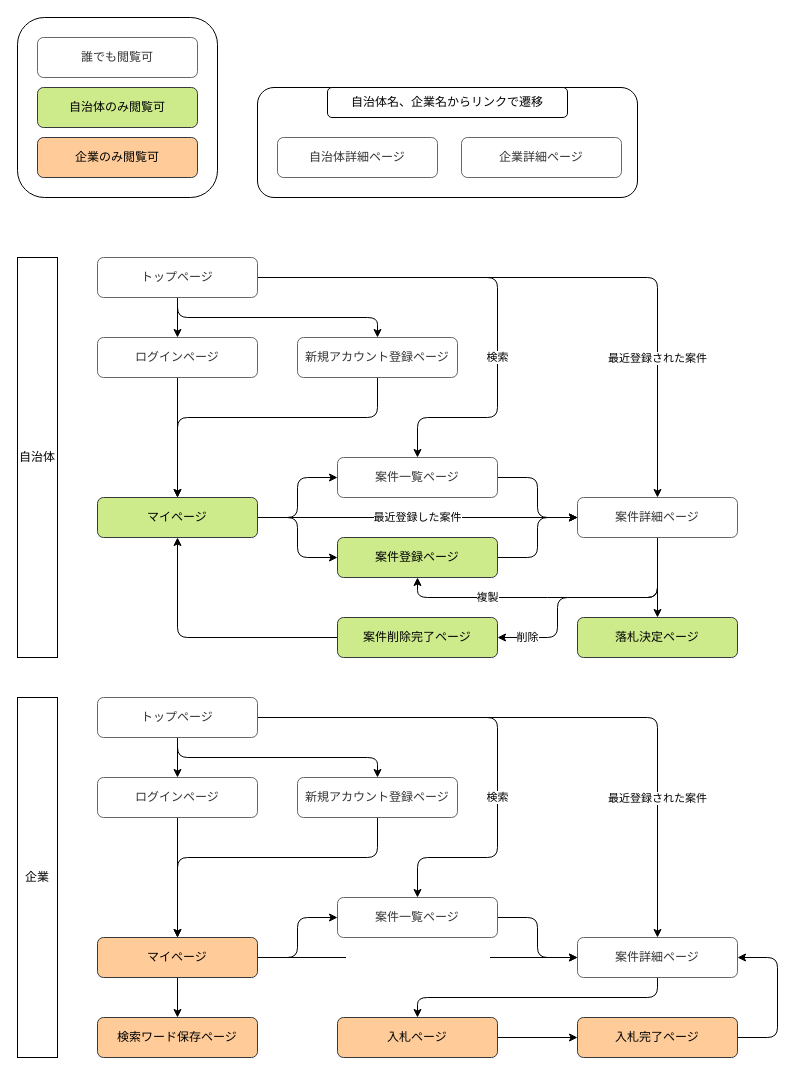
Earlier version of the draw.io diagram screen_transition.dio (masaki-engineer/nyusatsu-online). Source tidied: cells renumbered, new cells numbered last; positions are measured from the earlier drawing's top-left corner, leaving out a move shared by most shapes. Both pictures are drawn from the tidied source at 100%, with x=0, y=0 at pixel (17, 17).
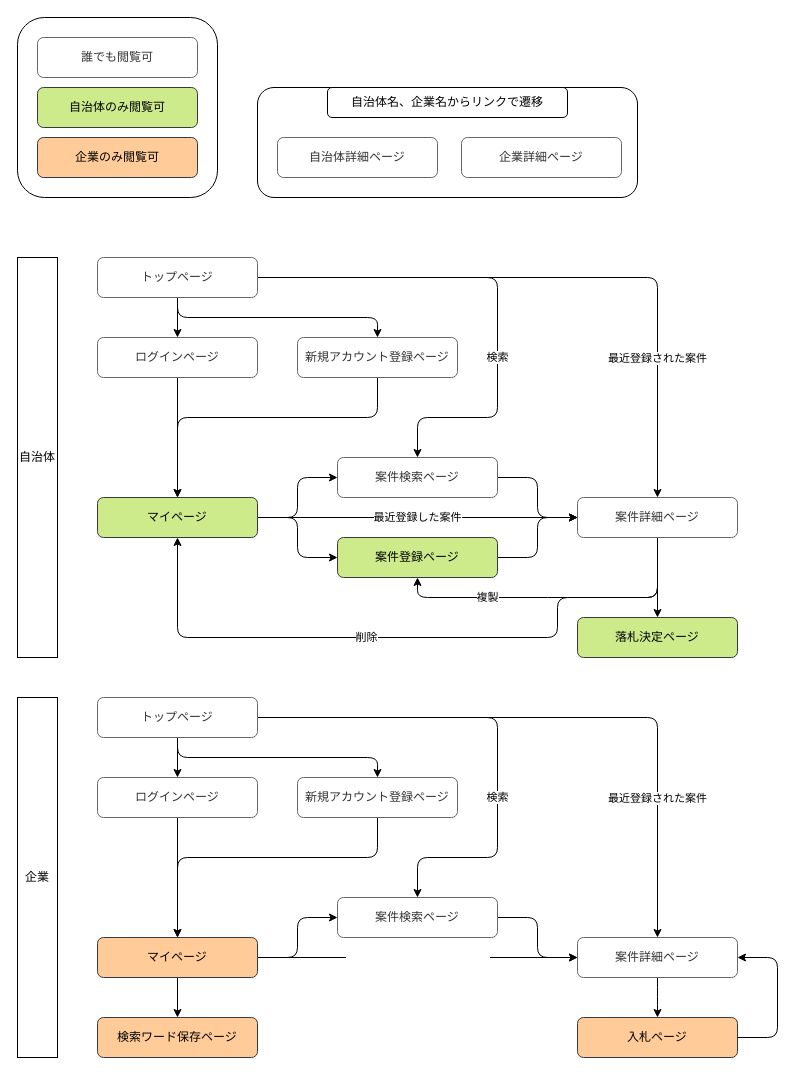
After the change.

Commit message:
画面遷移図編集

Unchanged cells that the change refers to:
```xml
<mxCell id="16" value="マイページ" style="rounded=1;whiteSpace=wrap;html=1;fillColor=#cdeb8b;strokeColor=#36393d;fontColor=#000000;" parent="1" vertex="1">
  <mxGeometry x="80" y="480" width="160" height="40" as="geometry" />
</mxCell>
<mxCell id="22" value="案件詳細ページ" style="rounded=1;whiteSpace=wrap;html=1;fillColor=#FFFFFF;fontColor=#333333;strokeColor=#666666;" parent="1" vertex="1">
  <mxGeometry x="560" y="480" width="160" height="40" as="geometry" />
</mxCell>
<mxCell id="42" value="案件詳細ページ" style="rounded=1;whiteSpace=wrap;html=1;fillColor=#FFFFFF;fontColor=#333333;strokeColor=#666666;" parent="1" vertex="1">
  <mxGeometry x="560" y="920" width="160" height="40" as="geometry" />
</mxCell>
```

The edit, as a diff of the source:
```diff
@@
-    <mxCell id="19" value="削除" style="edgeStyle=none;html=1;entryX=1;entryY=0.5;entryDx=0;entryDy=0;exitX=0.5;exitY=1;exitDx=0;exitDy=0;" parent="1" edge="1" source="22" target="26">
-      <mxGeometry x="0.77" relative="1" as="geometry">
+    <mxCell id="19" value="削除" style="edgeStyle=none;html=1;entryX=0.5;entryY=1;entryDx=0;entryDy=0;exitX=0.5;exitY=1;exitDx=0;exitDy=0;" parent="1" edge="1" source="22" target="16">
+      <mxGeometry x="0.15" relative="1" as="geometry">
         <Array as="points">
           <mxPoint x="640" y="580" />
           <mxPoint x="540" y="580" />
           <mxPoint x="540" y="620" />
+          <mxPoint x="160" y="620" />
         </Array>
       </mxGeometry>
     </mxCell>
@@
-    <mxCell id="24" value="案件一覧ページ" style="rounded=1;whiteSpace=wrap;html=1;fillColor=#FFFFFF;fontColor=#333333;strokeColor=#666666;" parent="1" vertex="1">
+    <mxCell id="24" value="案件検索ページ" style="rounded=1;whiteSpace=wrap;html=1;fillColor=#FFFFFF;fontColor=#333333;strokeColor=#666666;" parent="1" vertex="1">
       <mxGeometry x="320" y="440" width="160" height="40" as="geometry" />
     </mxCell>
-    <mxCell id="25" style="edgeStyle=none;html=1;entryX=0.5;entryY=1;entryDx=0;entryDy=0;exitX=0;exitY=0.5;exitDx=0;exitDy=0;" parent="1" edge="1" source="26" target="16">
-      <mxGeometry relative="1" as="geometry">
-        <Array as="points">
-          <mxPoint x="160" y="620" />
-        </Array>
-      </mxGeometry>
-    </mxCell>
-    <mxCell id="26" value="案件削除完了ページ" style="rounded=1;whiteSpace=wrap;html=1;fillColor=#cdeb8b;strokeColor=#36393d;fontColor=#000000;" parent="1" vertex="1">
-      <mxGeometry x="320" y="600" width="160" height="40" as="geometry" />
-    </mxCell>
@@
     <mxCell id="41" style="edgeStyle=none;html=1;entryX=0.5;entryY=0;entryDx=0;entryDy=0;" parent="1" edge="1" source="42" target="46">
       <mxGeometry relative="1" as="geometry">
         <Array as="points">
           <mxPoint x="640" y="980" />
-          <mxPoint x="400" y="980" />
         </Array>
       </mxGeometry>
     </mxCell>
@@
-    <mxCell id="44" value="案件一覧ページ" style="rounded=1;whiteSpace=wrap;html=1;fillColor=#FFFFFF;fontColor=#333333;strokeColor=#666666;" parent="1" vertex="1">
+    <mxCell id="44" value="案件検索ページ" style="rounded=1;whiteSpace=wrap;html=1;fillColor=#FFFFFF;fontColor=#333333;strokeColor=#666666;" parent="1" vertex="1">
       <mxGeometry x="320" y="880" width="160" height="40" as="geometry" />
     </mxCell>
-    <mxCell id="45" style="edgeStyle=none;html=1;entryX=0;entryY=0.5;entryDx=0;entryDy=0;" parent="1" edge="1" source="46" target="50">
-      <mxGeometry relative="1" as="geometry" />
-    </mxCell>
     <mxCell id="46" value="入札ページ" style="rounded=1;whiteSpace=wrap;html=1;fillColor=#ffcc99;strokeColor=#36393d;fontColor=#000000;" parent="1" vertex="1">
-      <mxGeometry x="320" y="1000" width="160" height="40" as="geometry" />
+      <mxGeometry x="560" y="1000" width="160" height="40" as="geometry" />
     </mxCell>
@@
-    <mxCell id="49" style="edgeStyle=none;html=1;exitX=1;exitY=0.5;exitDx=0;exitDy=0;" parent="1" edge="1" source="50">
+    <mxCell id="49" style="edgeStyle=none;html=1;exitX=1;exitY=0.5;exitDx=0;exitDy=0;" parent="1" edge="1">
       <mxGeometry relative="1" as="geometry">
+        <mxPoint x="720" y="1020" as="sourcePoint" />
         <mxPoint x="720" y="940" as="targetPoint" />
         <Array as="points">
           <mxPoint x="760" y="1020" />
           <mxPoint x="760" y="940" />
         </Array>
       </mxGeometry>
     </mxCell>
-    <mxCell id="50" value="入札完了ページ" style="rounded=1;whiteSpace=wrap;html=1;fillColor=#ffcc99;strokeColor=#36393d;fontColor=#000000;" parent="1" vertex="1">
-      <mxGeometry x="560" y="1000" width="160" height="40" as="geometry" />
-    </mxCell>
```
